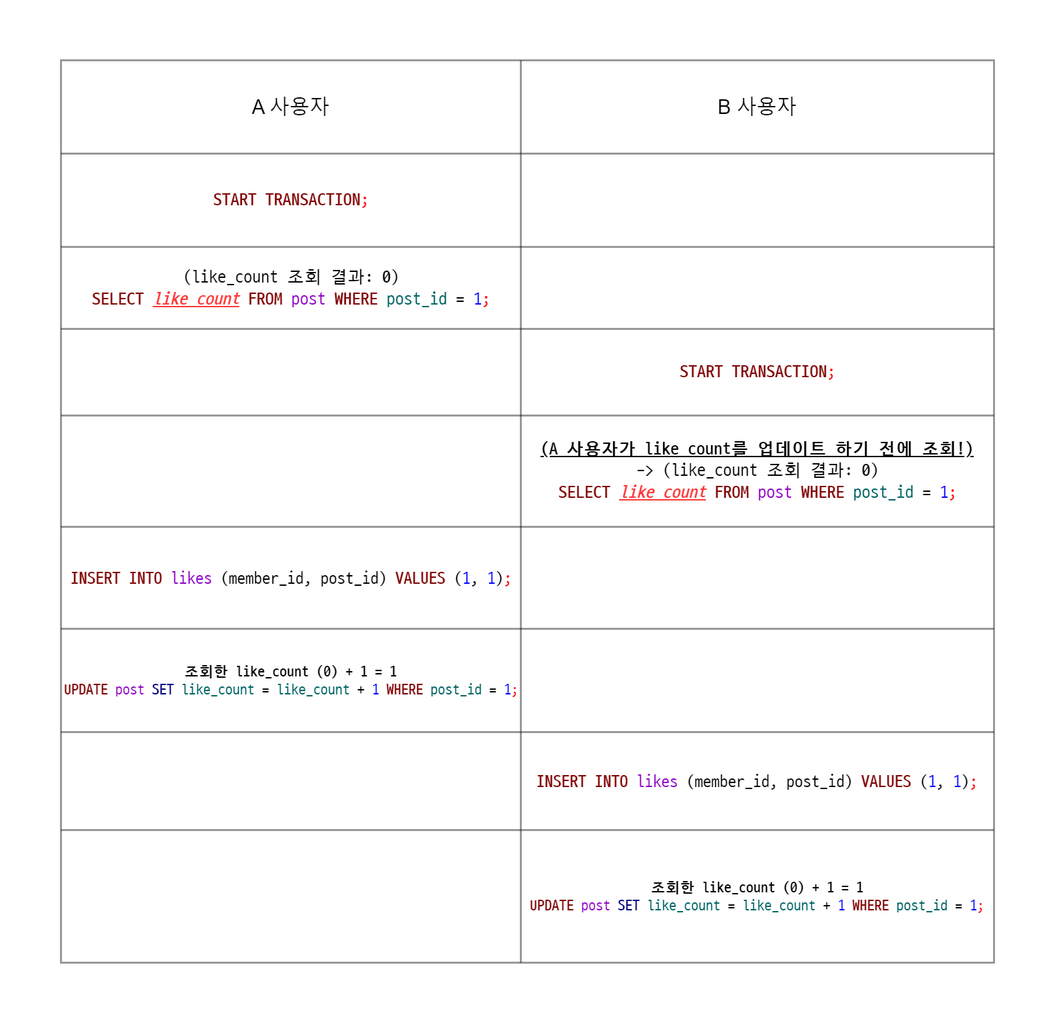
Before: transaction.png, a diagram exported from draw.io (peeerr/document). Source tidied: cells renumbered, new cells last; positions are measured from the earlier drawing's top-left corner, leaving out a move shared by most shapes.
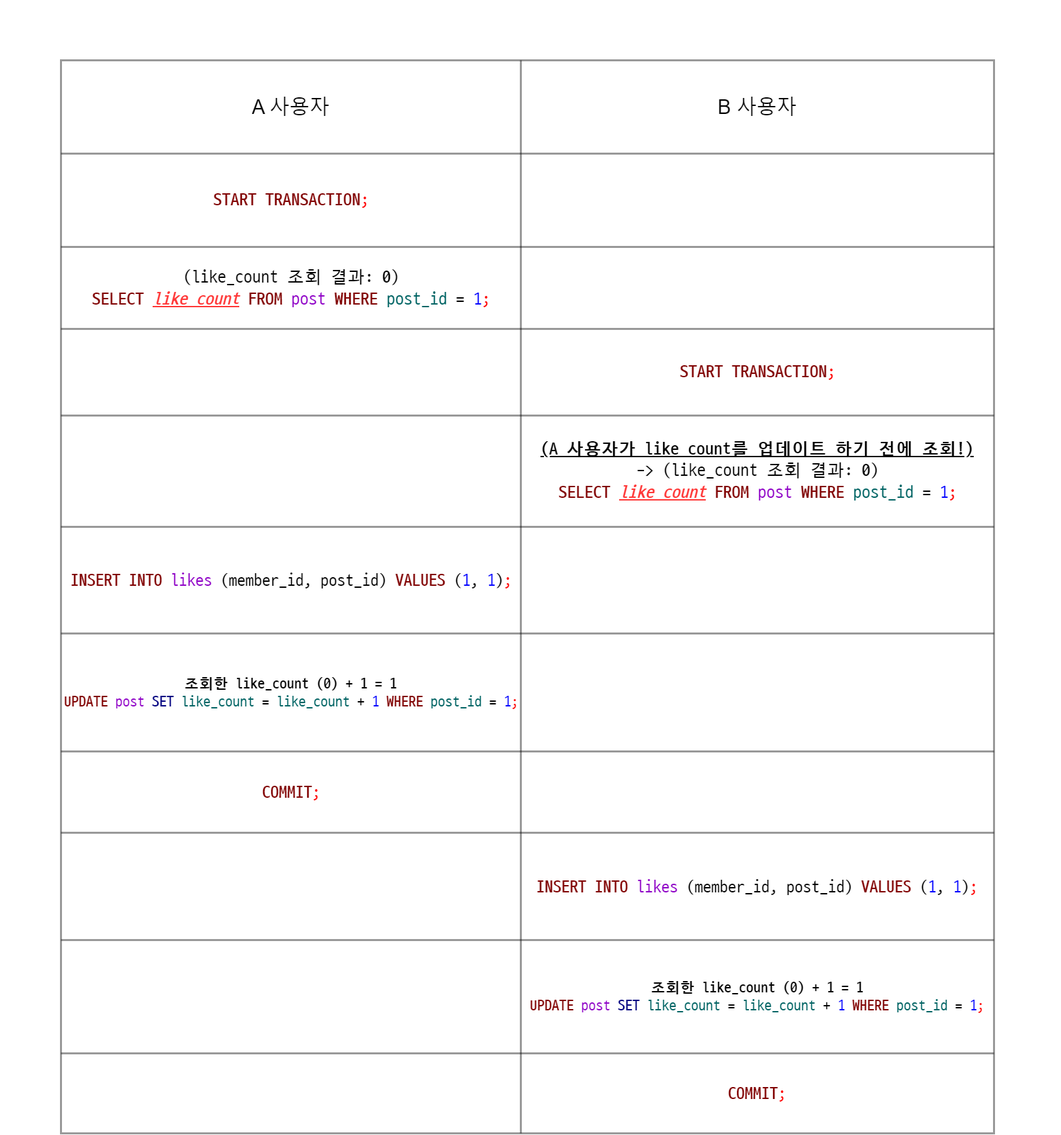
After the commit.

The edit, as a diff of the source:
```diff
@@ -3,7 +3,7 @@
     <mxCell id="0" />
     <mxCell id="1" parent="0" />
     <mxCell id="2" style="shape=table;startSize=0;strokeWidth=3;fontSize=12;perimeterSpacing=0;opacity=40;rounded=0;" parent="1" vertex="1">
-      <mxGeometry x="90" y="90" width="1400" height="1354" as="geometry" />
+      <mxGeometry x="90" y="90" width="1400" height="1610" as="geometry" />
     </mxCell>
     <mxCell id="3" style="shape=tableRow;horizontal=0;startSize=0;swimlaneHead=0;swimlaneBody=0;strokeColor=inherit;top=0;left=0;bottom=0;right=0;fillColor=none;" parent="2" vertex="1">
       <mxGeometry width="1400" height="140" as="geometry" />
@@ -51,41 +51,59 @@
       <mxGeometry x="690" width="710" height="167" as="geometry" />
     </mxCell>
     <mxCell id="18" style="shape=tableRow;horizontal=0;startSize=0;swimlaneHead=0;swimlaneBody=0;strokeColor=inherit;top=0;left=0;bottom=0;right=0;fillColor=none;" parent="2" vertex="1">
-      <mxGeometry y="700" width="1400" height="153" as="geometry" />
+      <mxGeometry y="700" width="1400" height="160" as="geometry" />
     </mxCell>
     <mxCell id="19" value="&lt;span style=&quot;background-color: rgb(255, 255, 255); padding: 0px 0px 0px 2px; font-size: 25px;&quot;&gt;&lt;span style=&quot;font-family: D2Coding; font-size: 25px; white-space: pre;&quot;&gt;&lt;span style=&quot;color: rgb(128, 0, 0); font-weight: bold; font-size: 25px;&quot;&gt;INSERT&lt;/span&gt; &lt;span style=&quot;color: rgb(128, 0, 0); font-weight: bold; font-size: 25px;&quot;&gt;INTO&lt;/span&gt; &lt;span style=&quot;color: rgb(142, 0, 198); font-size: 25px;&quot;&gt;likes&lt;/span&gt; (member_id, post_id) &lt;span style=&quot;color: rgb(128, 0, 0); font-weight: bold; font-size: 25px;&quot;&gt;VALUES&lt;/span&gt; (&lt;span style=&quot;color: rgb(0, 0, 255); font-size: 25px;&quot;&gt;1&lt;/span&gt;, &lt;font color=&quot;#0000ff&quot; style=&quot;font-size: 25px;&quot;&gt;1&lt;/font&gt;)&lt;span style=&quot;color: rgb(255, 0, 0); font-size: 25px;&quot;&gt;;&lt;/span&gt;&lt;/span&gt;&lt;/span&gt;" style="shape=partialRectangle;html=1;whiteSpace=wrap;strokeColor=inherit;overflow=hidden;fillColor=none;top=0;left=0;bottom=0;right=0;fontSize=25;spacingTop=0;" parent="18" vertex="1">
-      <mxGeometry width="690" height="153" as="geometry" />
+      <mxGeometry width="690" height="160" as="geometry" />
     </mxCell>
     <mxCell id="20" style="shape=partialRectangle;html=1;whiteSpace=wrap;strokeColor=inherit;overflow=hidden;fillColor=none;top=0;left=0;bottom=0;right=0;fontSize=26;spacingTop=0;" parent="18" vertex="1">
-      <mxGeometry x="690" width="710" height="153" as="geometry" />
+      <mxGeometry x="690" width="710" height="160" as="geometry" />
     </mxCell>
     <mxCell id="21" style="shape=tableRow;horizontal=0;startSize=0;swimlaneHead=0;swimlaneBody=0;strokeColor=inherit;top=0;left=0;bottom=0;right=0;fillColor=none;" parent="2" vertex="1">
-      <mxGeometry y="853" width="1400" height="155" as="geometry" />
+      <mxGeometry y="860" width="1400" height="177" as="geometry" />
     </mxCell>
     <mxCell id="22" value="&lt;div style=&quot;font-size: 22px;&quot;&gt;&lt;font face=&quot;D2Coding&quot; style=&quot;font-size: 22px;&quot;&gt;&lt;span style=&quot;white-space: pre; background-color: rgb(255, 255, 255); font-size: 22px;&quot;&gt;&lt;b style=&quot;font-size: 22px;&quot;&gt;조회한 like_count (0) + 1 = 1&lt;/b&gt;&lt;/span&gt;&lt;/font&gt;&lt;/div&gt;&lt;span style=&quot;background-color: rgb(255, 255, 255); padding: 0px 0px 0px 2px; font-size: 22px;&quot;&gt;&lt;span style=&quot;font-family: D2Coding; font-size: 22px; white-space: pre;&quot;&gt;&lt;span style=&quot;color: rgb(128, 0, 0); font-weight: bold; font-size: 22px;&quot;&gt;UPDATE&lt;/span&gt; &lt;span style=&quot;color: rgb(142, 0, 198); font-size: 22px;&quot;&gt;post&lt;/span&gt; &lt;span style=&quot;color: rgb(0, 0, 128); font-weight: bold; font-size: 22px;&quot;&gt;SET&lt;/span&gt; &lt;span style=&quot;color: rgb(0, 100, 100); font-size: 22px;&quot;&gt;like_count&lt;/span&gt; = &lt;span style=&quot;color: rgb(0, 100, 100); font-size: 22px;&quot;&gt;like_count&lt;/span&gt; + &lt;span style=&quot;color: rgb(0, 0, 255); font-size: 22px;&quot;&gt;1 &lt;/span&gt;&lt;span style=&quot;color: rgb(128, 0, 0); font-weight: bold; font-size: 22px;&quot;&gt;WHERE&lt;/span&gt; &lt;span style=&quot;color: rgb(0, 100, 100); font-size: 22px;&quot;&gt;post_id&lt;/span&gt; = &lt;font style=&quot;font-size: 22px;&quot; color=&quot;#0000ff&quot;&gt;1&lt;/font&gt;&lt;span style=&quot;color: rgb(255, 0, 0); font-size: 22px;&quot;&gt;;&lt;/span&gt;&lt;/span&gt;&lt;/span&gt;" style="shape=partialRectangle;html=1;whiteSpace=wrap;strokeColor=inherit;overflow=hidden;fillColor=none;top=0;left=0;bottom=0;right=0;fontSize=22;spacingTop=0;" parent="21" vertex="1">
-      <mxGeometry width="690" height="155" as="geometry" />
+      <mxGeometry width="690" height="177" as="geometry" />
     </mxCell>
     <mxCell id="23" style="shape=partialRectangle;html=1;whiteSpace=wrap;strokeColor=inherit;overflow=hidden;fillColor=none;top=0;left=0;bottom=0;right=0;fontSize=22;spacingTop=0;" parent="21" vertex="1">
-      <mxGeometry x="690" width="710" height="155" as="geometry" />
+      <mxGeometry x="690" width="710" height="177" as="geometry" />
     </mxCell>
     <mxCell id="24" style="shape=tableRow;horizontal=0;startSize=0;swimlaneHead=0;swimlaneBody=0;strokeColor=inherit;top=0;left=0;bottom=0;right=0;fillColor=none;" parent="2" vertex="1">
-      <mxGeometry y="1008" width="1400" height="147" as="geometry" />
+      <mxGeometry y="1037" width="1400" height="122" as="geometry" />
     </mxCell>
-    <mxCell id="25" style="shape=partialRectangle;html=1;whiteSpace=wrap;strokeColor=inherit;overflow=hidden;fillColor=none;top=0;left=0;bottom=0;right=0;fontSize=22;spacingTop=0;" parent="24" vertex="1">
-      <mxGeometry width="690" height="147" as="geometry" />
+    <mxCell id="25" value="&lt;span style=&quot;background-color: rgb(255, 255, 255); padding: 0px 0px 0px 2px; font-size: 25px;&quot;&gt;&lt;span style=&quot;font-family: D2Coding; white-space: pre;&quot;&gt;&lt;span style=&quot;color:#800000;font-weight:bold;&quot;&gt;COMMIT&lt;/span&gt;&lt;span style=&quot;color:#ff0000;&quot;&gt;;&lt;/span&gt;&lt;/span&gt;&lt;/span&gt;" style="shape=partialRectangle;html=1;whiteSpace=wrap;strokeColor=inherit;overflow=hidden;fillColor=none;top=0;left=0;bottom=0;right=0;fontSize=22;spacingTop=0;" parent="24" vertex="1">
+      <mxGeometry width="690" height="122" as="geometry" />
     </mxCell>
-    <mxCell id="26" value="&lt;div style=&quot;font-size: 25px;&quot;&gt;&lt;span style=&quot;font-family: D2Coding; white-space: pre; background-color: rgb(255, 255, 255); color: rgb(128, 0, 0); font-weight: bold; font-size: 25px;&quot;&gt;INSERT&lt;/span&gt;&lt;span style=&quot;font-family: D2Coding; white-space: pre; background-color: rgb(255, 255, 255); font-size: 25px;&quot;&gt; &lt;/span&gt;&lt;span style=&quot;font-family: D2Coding; white-space: pre; background-color: rgb(255, 255, 255); color: rgb(128, 0, 0); font-weight: bold; font-size: 25px;&quot;&gt;INTO&lt;/span&gt;&lt;span style=&quot;font-family: D2Coding; white-space: pre; background-color: rgb(255, 255, 255); font-size: 25px;&quot;&gt; &lt;/span&gt;&lt;span style=&quot;font-family: D2Coding; white-space: pre; background-color: rgb(255, 255, 255); color: rgb(142, 0, 198); font-size: 25px;&quot;&gt;likes&lt;/span&gt;&lt;span style=&quot;font-family: D2Coding; white-space: pre; background-color: rgb(255, 255, 255); font-size: 25px;&quot;&gt; (member_id, post_id) &lt;/span&gt;&lt;span style=&quot;font-family: D2Coding; white-space: pre; background-color: rgb(255, 255, 255); color: rgb(128, 0, 0); font-weight: bold; font-size: 25px;&quot;&gt;VALUES&lt;/span&gt;&lt;span style=&quot;font-family: D2Coding; white-space: pre; background-color: rgb(255, 255, 255); font-size: 25px;&quot;&gt; (&lt;/span&gt;&lt;span style=&quot;font-family: D2Coding; white-space: pre; background-color: rgb(255, 255, 255); color: rgb(0, 0, 255); font-size: 25px;&quot;&gt;1&lt;/span&gt;&lt;span style=&quot;font-family: D2Coding; white-space: pre; background-color: rgb(255, 255, 255); font-size: 25px;&quot;&gt;, &lt;/span&gt;&lt;font style=&quot;font-family: D2Coding; white-space: pre; background-color: rgb(255, 255, 255); font-size: 25px;&quot; color=&quot;#0000ff&quot;&gt;1&lt;/font&gt;&lt;span style=&quot;font-family: D2Coding; white-space: pre; background-color: rgb(255, 255, 255); font-size: 25px;&quot;&gt;)&lt;/span&gt;&lt;span style=&quot;font-family: D2Coding; white-space: pre; background-color: rgb(255, 255, 255); color: rgb(255, 0, 0); font-size: 25px;&quot;&gt;;&lt;/span&gt;&lt;br style=&quot;font-size: 25px;&quot;&gt;&lt;/div&gt;" style="shape=partialRectangle;html=1;whiteSpace=wrap;strokeColor=inherit;overflow=hidden;fillColor=none;top=0;left=0;bottom=0;right=0;fontSize=25;spacingTop=0;" parent="24" vertex="1">
-      <mxGeometry x="690" width="710" height="147" as="geometry" />
+    <mxCell id="26" value="&lt;div style=&quot;font-size: 25px;&quot;&gt;&lt;br style=&quot;font-size: 25px;&quot;&gt;&lt;/div&gt;" style="shape=partialRectangle;html=1;whiteSpace=wrap;strokeColor=inherit;overflow=hidden;fillColor=none;top=0;left=0;bottom=0;right=0;fontSize=25;spacingTop=0;" parent="24" vertex="1">
+      <mxGeometry x="690" width="710" height="122" as="geometry" />
     </mxCell>
     <mxCell id="27" style="shape=tableRow;horizontal=0;startSize=0;swimlaneHead=0;swimlaneBody=0;strokeColor=inherit;top=0;left=0;bottom=0;right=0;fillColor=none;" parent="2" vertex="1">
-      <mxGeometry y="1155" width="1400" height="199" as="geometry" />
+      <mxGeometry y="1159" width="1400" height="161" as="geometry" />
     </mxCell>
     <mxCell id="28" style="shape=partialRectangle;html=1;whiteSpace=wrap;strokeColor=inherit;overflow=hidden;fillColor=none;top=0;left=0;bottom=0;right=0;fontSize=22;spacingTop=0;" parent="27" vertex="1">
-      <mxGeometry width="690" height="199" as="geometry" />
+      <mxGeometry width="690" height="161" as="geometry" />
     </mxCell>
-    <mxCell id="29" value="&lt;div style=&quot;font-size: 22px;&quot;&gt;&lt;b style=&quot;font-family: D2Coding; white-space: pre; font-size: 22px;&quot;&gt;조회한 like_count (0) + 1 = 1&lt;/b&gt;&lt;span style=&quot;font-family: D2Coding; font-size: 22px; white-space: pre; background-color: rgb(255, 255, 255); color: rgb(128, 0, 0); font-weight: bold;&quot;&gt;&lt;br style=&quot;font-size: 22px;&quot;&gt;&lt;/span&gt;&lt;/div&gt;&lt;span style=&quot;font-family: D2Coding; font-size: 22px; white-space: pre; background-color: rgb(255, 255, 255); color: rgb(128, 0, 0); font-weight: bold;&quot;&gt;UPDATE&lt;/span&gt;&lt;span style=&quot;font-family: D2Coding; font-size: 22px; white-space: pre; background-color: rgb(255, 255, 255);&quot;&gt; &lt;/span&gt;&lt;span style=&quot;font-family: D2Coding; font-size: 22px; white-space: pre; background-color: rgb(255, 255, 255); color: rgb(142, 0, 198);&quot;&gt;post&lt;/span&gt;&lt;span style=&quot;font-family: D2Coding; font-size: 22px; white-space: pre; background-color: rgb(255, 255, 255);&quot;&gt; &lt;/span&gt;&lt;span style=&quot;font-family: D2Coding; font-size: 22px; white-space: pre; background-color: rgb(255, 255, 255); color: rgb(0, 0, 128); font-weight: bold;&quot;&gt;SET&lt;/span&gt;&lt;span style=&quot;font-family: D2Coding; font-size: 22px; white-space: pre; background-color: rgb(255, 255, 255);&quot;&gt; &lt;/span&gt;&lt;span style=&quot;font-family: D2Coding; font-size: 22px; white-space: pre; background-color: rgb(255, 255, 255); color: rgb(0, 100, 100);&quot;&gt;like_count&lt;/span&gt;&lt;span style=&quot;font-family: D2Coding; font-size: 22px; white-space: pre; background-color: rgb(255, 255, 255);&quot;&gt; = &lt;/span&gt;&lt;span style=&quot;font-family: D2Coding; font-size: 22px; white-space: pre; background-color: rgb(255, 255, 255); color: rgb(0, 100, 100);&quot;&gt;like_count&lt;/span&gt;&lt;span style=&quot;font-family: D2Coding; font-size: 22px; white-space: pre; background-color: rgb(255, 255, 255);&quot;&gt; + &lt;/span&gt;&lt;span style=&quot;font-family: D2Coding; font-size: 22px; white-space: pre; background-color: rgb(255, 255, 255); color: rgb(0, 0, 255);&quot;&gt;1&lt;/span&gt;&lt;span style=&quot;font-family: D2Coding; font-size: 22px; white-space: pre; background-color: rgb(255, 255, 255);&quot;&gt; &lt;/span&gt;&lt;span style=&quot;font-family: D2Coding; font-size: 22px; white-space: pre; background-color: rgb(255, 255, 255); color: rgb(128, 0, 0); font-weight: bold;&quot;&gt;WHERE&lt;/span&gt;&lt;span style=&quot;font-family: D2Coding; font-size: 22px; white-space: pre; background-color: rgb(255, 255, 255);&quot;&gt; &lt;/span&gt;&lt;span style=&quot;font-family: D2Coding; font-size: 22px; white-space: pre; background-color: rgb(255, 255, 255); color: rgb(0, 100, 100);&quot;&gt;post_id&lt;/span&gt;&lt;span style=&quot;font-family: D2Coding; font-size: 22px; white-space: pre; background-color: rgb(255, 255, 255);&quot;&gt; = &lt;font style=&quot;font-size: 22px;&quot; color=&quot;#0000ff&quot;&gt;1&lt;/font&gt;&lt;/span&gt;&lt;span style=&quot;font-family: D2Coding; font-size: 22px; white-space: pre; background-color: rgb(255, 255, 255); color: rgb(255, 0, 0);&quot;&gt;;&lt;/span&gt;" style="shape=partialRectangle;html=1;whiteSpace=wrap;strokeColor=inherit;overflow=hidden;fillColor=none;top=0;left=0;bottom=0;right=0;fontSize=22;spacingTop=0;" parent="27" vertex="1">
-      <mxGeometry x="690" width="710" height="199" as="geometry" />
+    <mxCell id="29" value="&lt;div style=&quot;font-size: 22px;&quot;&gt;&lt;span style=&quot;font-size: 25px; font-family: D2Coding; white-space: pre; background-color: rgb(255, 255, 255); color: rgb(128, 0, 0); font-weight: bold;&quot;&gt;INSERT&lt;/span&gt;&lt;span style=&quot;font-size: 25px; font-family: D2Coding; white-space: pre; background-color: rgb(255, 255, 255);&quot;&gt; &lt;/span&gt;&lt;span style=&quot;font-size: 25px; font-family: D2Coding; white-space: pre; background-color: rgb(255, 255, 255); color: rgb(128, 0, 0); font-weight: bold;&quot;&gt;INTO&lt;/span&gt;&lt;span style=&quot;font-size: 25px; font-family: D2Coding; white-space: pre; background-color: rgb(255, 255, 255);&quot;&gt; &lt;/span&gt;&lt;span style=&quot;font-size: 25px; font-family: D2Coding; white-space: pre; background-color: rgb(255, 255, 255); color: rgb(142, 0, 198);&quot;&gt;likes&lt;/span&gt;&lt;span style=&quot;font-size: 25px; font-family: D2Coding; white-space: pre; background-color: rgb(255, 255, 255);&quot;&gt; (member_id, post_id) &lt;/span&gt;&lt;span style=&quot;font-size: 25px; font-family: D2Coding; white-space: pre; background-color: rgb(255, 255, 255); color: rgb(128, 0, 0); font-weight: bold;&quot;&gt;VALUES&lt;/span&gt;&lt;span style=&quot;font-size: 25px; font-family: D2Coding; white-space: pre; background-color: rgb(255, 255, 255);&quot;&gt; (&lt;/span&gt;&lt;span style=&quot;font-size: 25px; font-family: D2Coding; white-space: pre; background-color: rgb(255, 255, 255); color: rgb(0, 0, 255);&quot;&gt;1&lt;/span&gt;&lt;span style=&quot;font-size: 25px; font-family: D2Coding; white-space: pre; background-color: rgb(255, 255, 255);&quot;&gt;, &lt;/span&gt;&lt;font style=&quot;font-size: 25px; font-family: D2Coding; white-space: pre; background-color: rgb(255, 255, 255);&quot; color=&quot;#0000ff&quot;&gt;1&lt;/font&gt;&lt;span style=&quot;font-size: 25px; font-family: D2Coding; white-space: pre; background-color: rgb(255, 255, 255);&quot;&gt;)&lt;/span&gt;&lt;span style=&quot;font-size: 25px; font-family: D2Coding; white-space: pre; background-color: rgb(255, 255, 255); color: rgb(255, 0, 0);&quot;&gt;;&lt;/span&gt;&lt;br&gt;&lt;/div&gt;" style="shape=partialRectangle;html=1;whiteSpace=wrap;strokeColor=inherit;overflow=hidden;fillColor=none;top=0;left=0;bottom=0;right=0;fontSize=22;spacingTop=0;" parent="27" vertex="1">
+      <mxGeometry x="690" width="710" height="161" as="geometry" />
     </mxCell>
+    <mxCell id="34" style="shape=tableRow;horizontal=0;startSize=0;swimlaneHead=0;swimlaneBody=0;strokeColor=inherit;top=0;left=0;bottom=0;right=0;fillColor=none;" parent="2" vertex="1">
+      <mxGeometry y="1320" width="1400" height="170" as="geometry" />
+    </mxCell>
+    <mxCell id="35" style="shape=partialRectangle;html=1;whiteSpace=wrap;strokeColor=inherit;overflow=hidden;fillColor=none;top=0;left=0;bottom=0;right=0;fontSize=22;spacingTop=0;" parent="34" vertex="1">
+      <mxGeometry width="690" height="170" as="geometry" />
+    </mxCell>
+    <mxCell id="36" value="&lt;div&gt;&lt;b style=&quot;font-family: D2Coding; white-space: pre;&quot;&gt;조회한 like_count (0) + 1 = 1&lt;/b&gt;&lt;span style=&quot;font-family: D2Coding; white-space: pre; background-color: rgb(255, 255, 255); color: rgb(128, 0, 0); font-weight: bold;&quot;&gt;&lt;br&gt;&lt;/span&gt;&lt;/div&gt;&lt;span style=&quot;font-family: D2Coding; white-space: pre; background-color: rgb(255, 255, 255); color: rgb(128, 0, 0); font-weight: bold;&quot;&gt;UPDATE&lt;/span&gt;&lt;span style=&quot;font-family: D2Coding; white-space: pre; background-color: rgb(255, 255, 255);&quot;&gt; &lt;/span&gt;&lt;span style=&quot;font-family: D2Coding; white-space: pre; background-color: rgb(255, 255, 255); color: rgb(142, 0, 198);&quot;&gt;post&lt;/span&gt;&lt;span style=&quot;font-family: D2Coding; white-space: pre; background-color: rgb(255, 255, 255);&quot;&gt; &lt;/span&gt;&lt;span style=&quot;font-family: D2Coding; white-space: pre; background-color: rgb(255, 255, 255); color: rgb(0, 0, 128); font-weight: bold;&quot;&gt;SET&lt;/span&gt;&lt;span style=&quot;font-family: D2Coding; white-space: pre; background-color: rgb(255, 255, 255);&quot;&gt; &lt;/span&gt;&lt;span style=&quot;font-family: D2Coding; white-space: pre; background-color: rgb(255, 255, 255); color: rgb(0, 100, 100);&quot;&gt;like_count&lt;/span&gt;&lt;span style=&quot;font-family: D2Coding; white-space: pre; background-color: rgb(255, 255, 255);&quot;&gt; = &lt;/span&gt;&lt;span style=&quot;font-family: D2Coding; white-space: pre; background-color: rgb(255, 255, 255); color: rgb(0, 100, 100);&quot;&gt;like_count&lt;/span&gt;&lt;span style=&quot;font-family: D2Coding; white-space: pre; background-color: rgb(255, 255, 255);&quot;&gt; + &lt;/span&gt;&lt;span style=&quot;font-family: D2Coding; white-space: pre; background-color: rgb(255, 255, 255); color: rgb(0, 0, 255);&quot;&gt;1&lt;/span&gt;&lt;span style=&quot;font-family: D2Coding; white-space: pre; background-color: rgb(255, 255, 255);&quot;&gt; &lt;/span&gt;&lt;span style=&quot;font-family: D2Coding; white-space: pre; background-color: rgb(255, 255, 255); color: rgb(128, 0, 0); font-weight: bold;&quot;&gt;WHERE&lt;/span&gt;&lt;span style=&quot;font-family: D2Coding; white-space: pre; background-color: rgb(255, 255, 255);&quot;&gt; &lt;/span&gt;&lt;span style=&quot;font-family: D2Coding; white-space: pre; background-color: rgb(255, 255, 255); color: rgb(0, 100, 100);&quot;&gt;post_id&lt;/span&gt;&lt;span style=&quot;font-family: D2Coding; white-space: pre; background-color: rgb(255, 255, 255);&quot;&gt; = &lt;font color=&quot;#0000ff&quot;&gt;1&lt;/font&gt;&lt;/span&gt;&lt;span style=&quot;font-family: D2Coding; white-space: pre; background-color: rgb(255, 255, 255); color: rgb(255, 0, 0);&quot;&gt;;&lt;/span&gt;" style="shape=partialRectangle;html=1;whiteSpace=wrap;strokeColor=inherit;overflow=hidden;fillColor=none;top=0;left=0;bottom=0;right=0;fontSize=22;spacingTop=0;" parent="34" vertex="1">
+      <mxGeometry x="690" width="710" height="170" as="geometry" />
+    </mxCell>
+    <mxCell id="37" style="shape=tableRow;horizontal=0;startSize=0;swimlaneHead=0;swimlaneBody=0;strokeColor=inherit;top=0;left=0;bottom=0;right=0;fillColor=none;" parent="2" vertex="1">
+      <mxGeometry y="1490" width="1400" height="120" as="geometry" />
+    </mxCell>
+    <mxCell id="38" style="shape=partialRectangle;html=1;whiteSpace=wrap;strokeColor=inherit;overflow=hidden;fillColor=none;top=0;left=0;bottom=0;right=0;fontSize=22;spacingTop=0;" parent="37" vertex="1">
+      <mxGeometry width="690" height="120" as="geometry" />
+    </mxCell>
+    <mxCell id="39" value="&lt;font style=&quot;font-size: 25px;&quot;&gt;&lt;span style=&quot;font-family: D2Coding; white-space: pre; background-color: rgb(255, 255, 255); color: rgb(128, 0, 0); font-weight: bold;&quot;&gt;COMMIT&lt;/span&gt;&lt;span style=&quot;font-family: D2Coding; white-space: pre; background-color: rgb(255, 255, 255); color: rgb(255, 0, 0);&quot;&gt;;&lt;/span&gt;&lt;/font&gt;" style="shape=partialRectangle;html=1;whiteSpace=wrap;strokeColor=inherit;overflow=hidden;fillColor=none;top=0;left=0;bottom=0;right=0;fontSize=22;spacingTop=0;" parent="37" vertex="1">
+      <mxGeometry x="690" width="710" height="120" as="geometry" />
+    </mxCell>
     <mxCell id="30" style="line;strokeWidth=2;direction=south;html=1;" parent="1" vertex="1">
       <mxGeometry y="620" height="160" as="geometry" />
     </mxCell>
```
